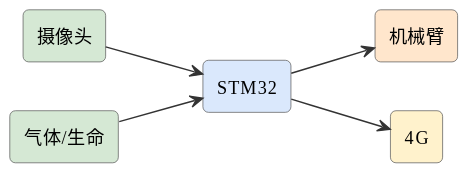
The PlantUML diagram assets/diagrams/ideas-fig101.svg in mingyi0818/IntelligentMcuCourse, before a commit.
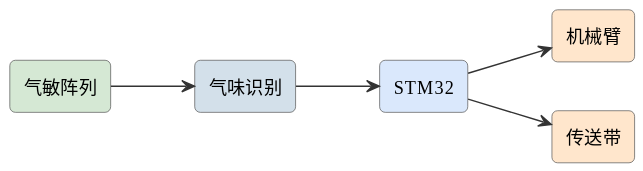
The same diagram one commit later.

What changed in the source:
```diff
@@ -6,13 +6,13 @@
 skinparam arrowFontSize 11
 skinparam arrowColor #333
 left to right direction
-rectangle "摄像头" as cam #d5e8d4
-rectangle "气体/生命" as gas #d5e8d4
+rectangle "气敏阵列" as nose #d5e8d4
 rectangle "STM32" as stm #dae8fc
 rectangle "机械臂" as arm #ffe6cc
-rectangle "4G" as g #fff2cc
-cam --> stm
-gas --> stm
+rectangle "传送带" as conv #ffe6cc
+rectangle "气味识别" as ai #d3e0ea
+nose --> ai
+ai --> stm
 stm --> arm
-stm --> g
+stm --> conv
 @enduml
```
